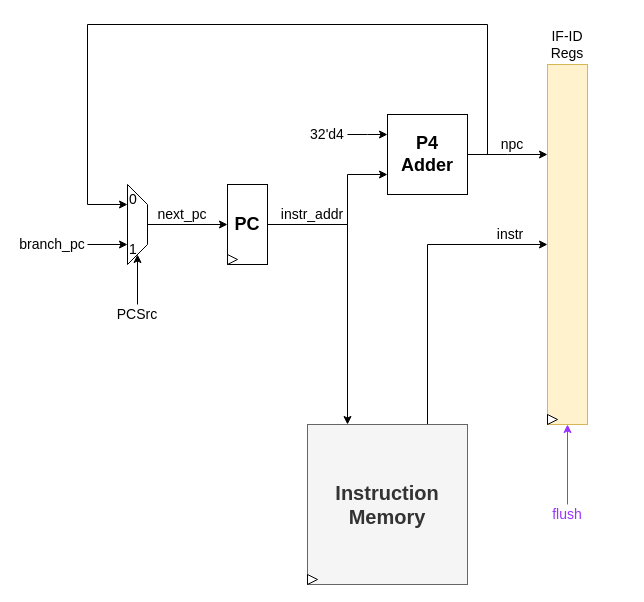
Above: page "Instruction Fetch" (5 of 16) of docs/dlx_architecture.drawio in lorenzobadas/DLX (draw.io), before the change. Source tidied: cells renumbered, new cells numbered last; positions are measured from the earlier drawing's top-left corner, leaving out a move shared by most shapes. Both pictures are drawn from the tidied source at 100%, with x=0, y=0 at pixel (17, 24).
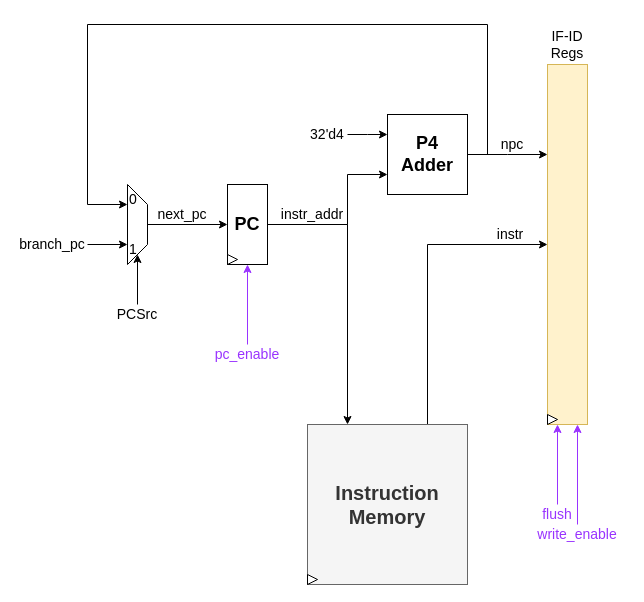
The same diagram, later.

The change refers to these unchanged cells:
```xml
<mxCell id="10" style="rounded=0;whiteSpace=wrap;html=1;fontSize=14;fillColor=#fff2cc;strokeColor=#d6b656;" parent="1" vertex="1">
  <mxGeometry x="530" y="40" width="40" height="360" as="geometry" />
</mxCell>
```

The edit, as a diff of the source:
```diff
@@
-    <mxCell id="27" style="edgeStyle=orthogonalEdgeStyle;rounded=0;jettySize=auto;html=1;exitX=0.5;exitY=0;exitDx=0;exitDy=0;entryX=0.5;entryY=1;entryDx=0;entryDy=0;strokeColor=#9933FF;fontSize=14;" parent="1" edge="1" source="28" target="10">
-      <mxGeometry relative="1" as="geometry" />
-    </mxCell>
+    <mxCell id="29" style="edgeStyle=orthogonalEdgeStyle;rounded=0;jettySize=auto;html=1;exitX=0.5;exitY=0;exitDx=0;exitDy=0;entryX=0.5;entryY=1;entryDx=0;entryDy=0;strokeColor=#9933FF;fontSize=14;" parent="1" edge="1" source="30">
+      <mxGeometry relative="1" as="geometry">
+        <mxPoint x="230" y="240" as="targetPoint" />
+      </mxGeometry>
+    </mxCell>
+    <mxCell id="30" value="pc_enable" style="text;html=1;align=center;verticalAlign=middle;whiteSpace=wrap;rounded=0;fontSize=14;fontColor=#9933FF;" parent="1" vertex="1">
+      <mxGeometry x="180" y="320" width="100" height="20" as="geometry" />
+    </mxCell>
+    <mxCell id="31" style="edgeStyle=orthogonalEdgeStyle;rounded=0;jettySize=auto;html=1;exitX=0.5;exitY=0;exitDx=0;exitDy=0;entryX=0.5;entryY=1;entryDx=0;entryDy=0;strokeColor=#9933FF;fontSize=14;" parent="1" edge="1" source="28">
+      <mxGeometry relative="1" as="geometry">
+        <mxPoint x="540" y="400" as="targetPoint" />
+      </mxGeometry>
+    </mxCell>
     <mxCell id="28" value="flush" style="text;html=1;align=center;verticalAlign=middle;whiteSpace=wrap;rounded=0;fontSize=14;fontColor=#9933FF;" parent="1" vertex="1">
-      <mxGeometry x="500" y="480" width="100" height="20" as="geometry" />
+      <mxGeometry x="490" y="480" width="100" height="20" as="geometry" />
     </mxCell>
+    <mxCell id="32" style="edgeStyle=orthogonalEdgeStyle;rounded=0;jettySize=auto;html=1;exitX=0.5;exitY=0;exitDx=0;exitDy=0;strokeColor=#9933FF;fontSize=14;" parent="1" edge="1" source="33">
+      <mxGeometry relative="1" as="geometry">
+        <mxPoint x="560" y="400" as="targetPoint" />
+      </mxGeometry>
+    </mxCell>
+    <mxCell id="33" value="write_enable" style="text;html=1;align=center;verticalAlign=middle;whiteSpace=wrap;rounded=0;fontSize=14;fontColor=#9933FF;" parent="1" vertex="1">
+      <mxGeometry x="510" y="500" width="100" height="20" as="geometry" />
+    </mxCell>
```
